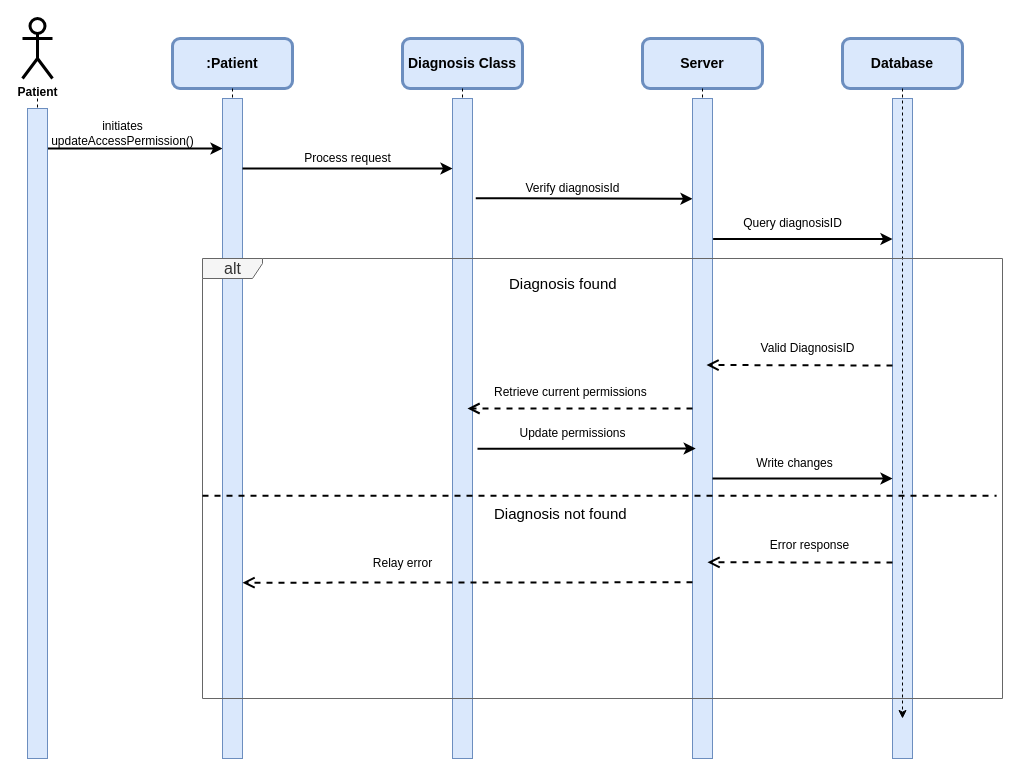
The draw.io diagram UseCase_Diagram/Saron/updateAccessPermission.dio in Nama21yo/SDS-EMR, before the edit. Source tidied: cells renumbered, new cells numbered last; positions are measured from the earlier drawing's top-left corner, leaving out a move shared by most shapes. Both pictures are drawn from the tidied source at 100%, with x=0, y=0 at pixel (22, 18).
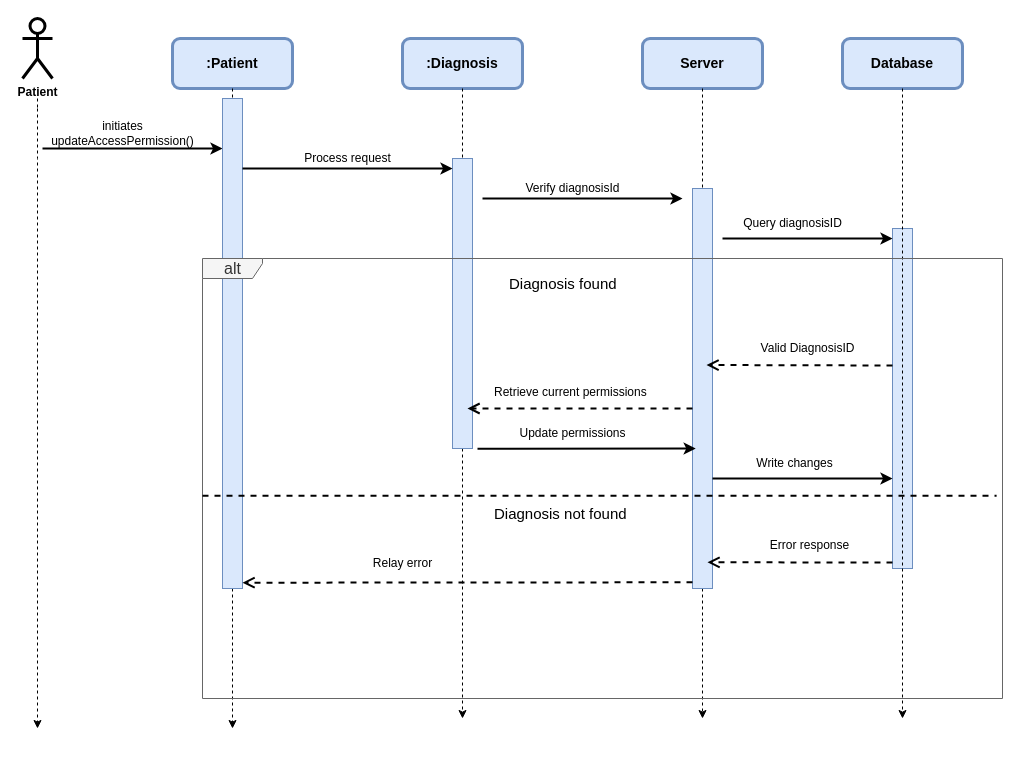
Above is the later version.

What changed in the source:
```diff
@@
-    <mxCell id="3" style="edgeStyle=none;html=1;dashed=1;strokeWidth=1;startArrow=none;" parent="1" edge="1" source="21">
+    <mxCell id="3" style="edgeStyle=none;html=1;dashed=1;strokeWidth=1;startArrow=none;" parent="1" edge="1">
       <mxGeometry relative="1" as="geometry">
+        <mxPoint x="15" y="90" as="sourcePoint" />
         <mxPoint x="15" y="710" as="targetPoint" />
         <Array as="points">
           <mxPoint x="15" y="130" />
         </Array>
       </mxGeometry>
     </mxCell>
@@
-    <mxCell id="6" value="&lt;span style=&quot;font-size: 14px;&quot;&gt;&lt;b&gt;:Patient&lt;/b&gt;&lt;/span&gt;" style="rounded=1;whiteSpace=wrap;html=1;strokeWidth=3;fillColor=#dae8fc;strokeColor=#6c8ebf;" parent="1" vertex="1">
+    <mxCell id="6" value="&lt;span style=&quot;font-size: 14px;&quot;&gt;&lt;b&gt;&lt;font color=&quot;#000000&quot;&gt;:Patient&lt;/font&gt;&lt;/b&gt;&lt;/span&gt;" style="rounded=1;whiteSpace=wrap;html=1;strokeWidth=3;fillColor=#dae8fc;strokeColor=#6c8ebf;" parent="1" vertex="1">
       <mxGeometry x="150" y="20" width="120" height="50" as="geometry" />
     </mxCell>
@@
-    <mxCell id="8" value="&lt;span style=&quot;font-size: 14px;&quot;&gt;&lt;b&gt;Diagnosis Class&lt;/b&gt;&lt;/span&gt;" style="rounded=1;whiteSpace=wrap;html=1;strokeWidth=3;fillColor=#dae8fc;strokeColor=#6c8ebf;" parent="1" vertex="1">
+    <mxCell id="8" value="&lt;span style=&quot;font-size: 14px;&quot;&gt;&lt;b&gt;&lt;font color=&quot;#000000&quot;&gt;:Diagnosis&lt;/font&gt;&lt;/b&gt;&lt;/span&gt;" style="rounded=1;whiteSpace=wrap;html=1;strokeWidth=3;fillColor=#dae8fc;strokeColor=#6c8ebf;" parent="1" vertex="1">
       <mxGeometry x="380" y="20" width="120" height="50" as="geometry" />
     </mxCell>
@@
     <mxCell id="10" style="html=1;points=[];perimeter=orthogonalPerimeter;fontSize=13;fillColor=#dae8fc;strokeColor=#6c8ebf;" parent="1" vertex="1">
-      <mxGeometry x="430" y="80" width="20" height="660" as="geometry" />
+      <mxGeometry x="430" y="140" width="20" height="290" as="geometry" />
     </mxCell>
@@
     <mxCell id="12" style="html=1;points=[];perimeter=orthogonalPerimeter;fontSize=13;fillColor=#dae8fc;strokeColor=#6c8ebf;" parent="1" vertex="1">
-      <mxGeometry x="200" y="80" width="20" height="660" as="geometry" />
+      <mxGeometry x="200" y="80" width="20" height="490" as="geometry" />
     </mxCell>
@@
-    <mxCell id="15" value="&lt;span style=&quot;font-size: 14px;&quot;&gt;&lt;b&gt;Server&lt;/b&gt;&lt;/span&gt;" style="rounded=1;whiteSpace=wrap;html=1;strokeWidth=3;fillColor=#dae8fc;strokeColor=#6c8ebf;" parent="1" vertex="1">
+    <mxCell id="15" value="&lt;span style=&quot;font-size: 14px;&quot;&gt;&lt;b&gt;&lt;font color=&quot;#000000&quot;&gt;Server&lt;/font&gt;&lt;/b&gt;&lt;/span&gt;" style="rounded=1;whiteSpace=wrap;html=1;strokeWidth=3;fillColor=#dae8fc;strokeColor=#6c8ebf;" parent="1" vertex="1">
       <mxGeometry x="620" y="20" width="120" height="50" as="geometry" />
     </mxCell>
-    <mxCell id="16" style="endArrow=classic;html=1;strokeWidth=2;entryX=0;entryY=0.152;entryDx=0;entryDy=0;entryPerimeter=0;exitX=1.162;exitY=0.151;exitDx=0;exitDy=0;exitPerimeter=0;" parent="1" edge="1" source="10" target="19">
-      <mxGeometry relative="1" as="geometry" />
+    <mxCell id="16" style="endArrow=classic;html=1;strokeWidth=2;" parent="1" edge="1">
+      <mxGeometry relative="1" as="geometry">
+        <mxPoint x="460" y="180" as="sourcePoint" />
+        <mxPoint x="660" y="180" as="targetPoint" />
+      </mxGeometry>
     </mxCell>
@@
     <mxCell id="19" style="html=1;points=[];perimeter=orthogonalPerimeter;fontSize=13;fillColor=#dae8fc;strokeColor=#6c8ebf;" parent="1" vertex="1">
-      <mxGeometry x="670" y="80" width="20" height="660" as="geometry" />
+      <mxGeometry x="670" y="170" width="20" height="400" as="geometry" />
     </mxCell>
-    <mxCell id="20" style="edgeStyle=none;html=1;dashed=1;strokeWidth=1;startArrow=none;endArrow=none;" parent="1" edge="1" target="21">
+    <mxCell id="20" style="edgeStyle=none;html=1;dashed=1;strokeWidth=1;startArrow=none;endArrow=none;" parent="1" edge="1">
       <mxGeometry relative="1" as="geometry">
         <mxPoint x="15" y="80" as="sourcePoint" />
+        <mxPoint x="15" y="90" as="targetPoint" />
       </mxGeometry>
     </mxCell>
-    <mxCell id="21" style="html=1;points=[];perimeter=orthogonalPerimeter;fontSize=13;fillColor=#dae8fc;strokeColor=#6c8ebf;" parent="1" vertex="1">
-      <mxGeometry x="5" y="90" width="20" height="650" as="geometry" />
-    </mxCell>
@@
-    <mxCell id="23" value="&lt;span style=&quot;font-size: 14px;&quot;&gt;&lt;b&gt;Database&lt;/b&gt;&lt;/span&gt;" style="rounded=1;whiteSpace=wrap;html=1;strokeWidth=3;fillColor=#dae8fc;strokeColor=#6c8ebf;" parent="1" vertex="1">
+    <mxCell id="23" value="&lt;span style=&quot;font-size: 14px;&quot;&gt;&lt;b&gt;&lt;font color=&quot;#000000&quot;&gt;Database&lt;/font&gt;&lt;/b&gt;&lt;/span&gt;" style="rounded=1;whiteSpace=wrap;html=1;strokeWidth=3;fillColor=#dae8fc;strokeColor=#6c8ebf;" parent="1" vertex="1">
       <mxGeometry x="820" y="20" width="120" height="50" as="geometry" />
     </mxCell>
     <mxCell id="24" style="html=1;points=[];perimeter=orthogonalPerimeter;fontSize=13;fillColor=#dae8fc;strokeColor=#6c8ebf;" parent="1" vertex="1">
-      <mxGeometry x="870" y="80" width="20" height="660" as="geometry" />
+      <mxGeometry x="870" y="210" width="20" height="340" as="geometry" />
     </mxCell>
@@
-    <mxCell id="26" style="endArrow=classic;html=1;strokeWidth=2;exitX=1.031;exitY=0.213;exitDx=0;exitDy=0;exitPerimeter=0;" parent="1" edge="1" source="19" target="24">
-      <mxGeometry relative="1" as="geometry" />
+    <mxCell id="26" style="endArrow=classic;html=1;strokeWidth=2;" parent="1" edge="1" target="24">
+      <mxGeometry relative="1" as="geometry">
+        <mxPoint x="700" y="220" as="sourcePoint" />
+      </mxGeometry>
     </mxCell>
```
